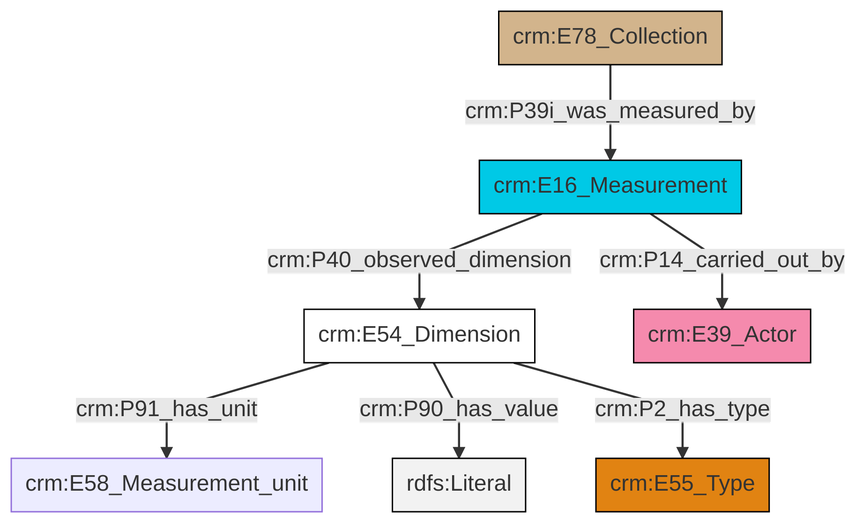
Before: et/archivalCSV/ttl/mmd/png/archival_substance.png, a diagram exported from Mermaid (swiss-art-research-net/docs.swissartresearch). Its source is kept beside it as et/archivalCSV/ttl/mmd/archival_substance.ttl.mmd. The source it was exported from:
```mermaid
graph TD
classDef Literal fill:#f2f2f2,stroke:#000000;
classDef CRM_Entity fill:#FFFFFF,stroke:#000000;
classDef Temporal_Entity fill:#00C9E6, stroke:#000000;
classDef Type fill:#E18312, stroke:#000000;
classDef Time-Span fill:#2C9C91, stroke:#000000;
classDef Appellation fill:#FFEB7F, stroke:#000000;
classDef Place fill:#008836, stroke:#000000;
classDef Persistent_Item fill:#B266B2, stroke:#000000;
classDef Conceptual_Object fill:#FFD700, stroke:#000000;
classDef Physical_Thing fill:#D2B48C, stroke:#000000;
classDef Actor fill:#f58aad, stroke:#000000;
classDef PC_Classes fill:#4ce600, stroke:#000000;
classDef Multi fill:#cccccc,stroke:#000000;

2["crm:E78_Collection"]:::Physical_Thing -->|crm:P39i_was_measured_by| 3["crm:E16_Measurement"]:::Temporal_Entity
0["crm:E54_Dimension"]:::CRM_Entity -->|crm:P91_has_unit| 4["crm:E58_Measurement_unit"]:::Default
0["crm:E54_Dimension"]:::CRM_Entity -->|crm:P90_has_value| 10[rdfs:Literal]:::Literal
0["crm:E54_Dimension"]:::CRM_Entity -->|crm:P2_has_type| 5["crm:E55_Type"]:::Type
3["crm:E16_Measurement"]:::Temporal_Entity -->|crm:P40_observed_dimension| 0["crm:E54_Dimension"]:::CRM_Entity
3["crm:E16_Measurement"]:::Temporal_Entity -->|crm:P14_carried_out_by| 8["crm:E39_Actor"]:::Actor
```
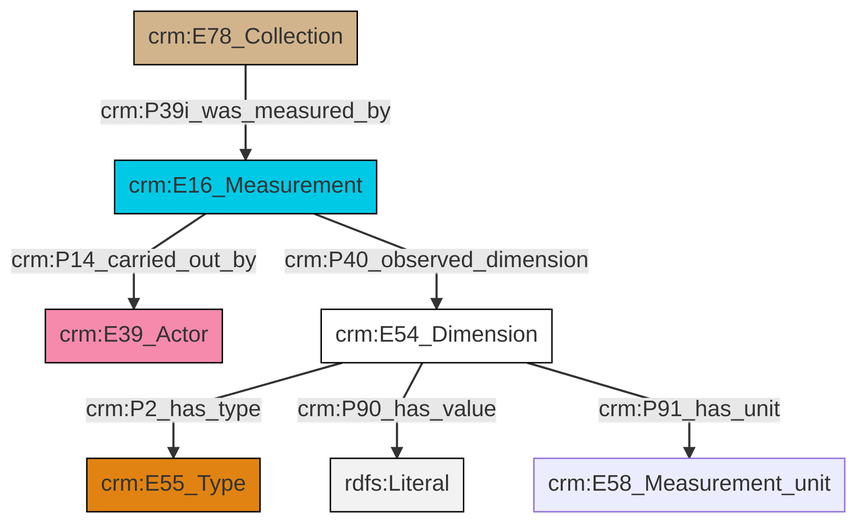
Above is the later version.

What changed in the source:
```diff
@@ -14,8 +14,8 @@
 classDef Multi fill:#cccccc,stroke:#000000;
 
 2["crm:E78_Collection"]:::Physical_Thing -->|crm:P39i_was_measured_by| 3["crm:E16_Measurement"]:::Temporal_Entity
-0["crm:E54_Dimension"]:::CRM_Entity -->|crm:P91_has_unit| 4["crm:E58_Measurement_unit"]:::Default
-0["crm:E54_Dimension"]:::CRM_Entity -->|crm:P90_has_value| 10[rdfs:Literal]:::Literal
-0["crm:E54_Dimension"]:::CRM_Entity -->|crm:P2_has_type| 5["crm:E55_Type"]:::Type
-3["crm:E16_Measurement"]:::Temporal_Entity -->|crm:P40_observed_dimension| 0["crm:E54_Dimension"]:::CRM_Entity
-3["crm:E16_Measurement"]:::Temporal_Entity -->|crm:P14_carried_out_by| 8["crm:E39_Actor"]:::Actor
+4["crm:E54_Dimension"]:::CRM_Entity -->|crm:P2_has_type| 5["crm:E55_Type"]:::Type
+4["crm:E54_Dimension"]:::CRM_Entity -->|crm:P90_has_value| 7[rdfs:Literal]:::Literal
+3["crm:E16_Measurement"]:::Temporal_Entity -->|crm:P40_observed_dimension| 4["crm:E54_Dimension"]:::CRM_Entity
+4["crm:E54_Dimension"]:::CRM_Entity -->|crm:P91_has_unit| 10["crm:E58_Measurement_unit"]:::Default
+3["crm:E16_Measurement"]:::Temporal_Entity -->|crm:P14_carried_out_by| 0["crm:E39_Actor"]:::Actor
```
